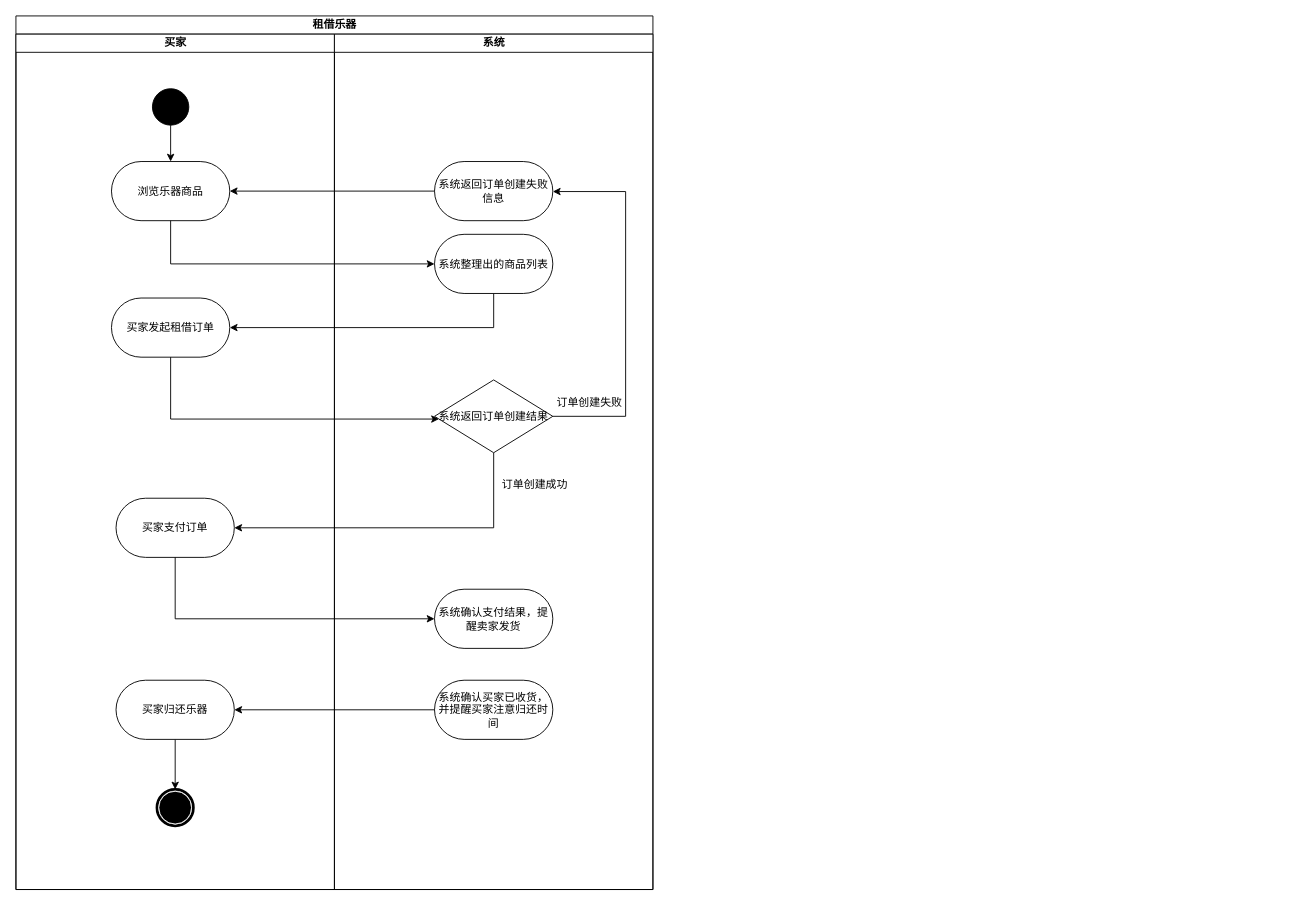
Before: page "功能建模" (1 of 2) of 文档/需求分析规约文档/三种建模/13租借乐器用例建模.drawio in w1ntercube/TJ-SE-Design, a draw.io diagram. Source tidied: cells renumbered, new cells numbered last; positions are measured from the earlier drawing's top-left corner, leaving out a move shared by most shapes. Both pictures are drawn from the tidied source at 91%, with x=0, y=0 at pixel (15, 15).
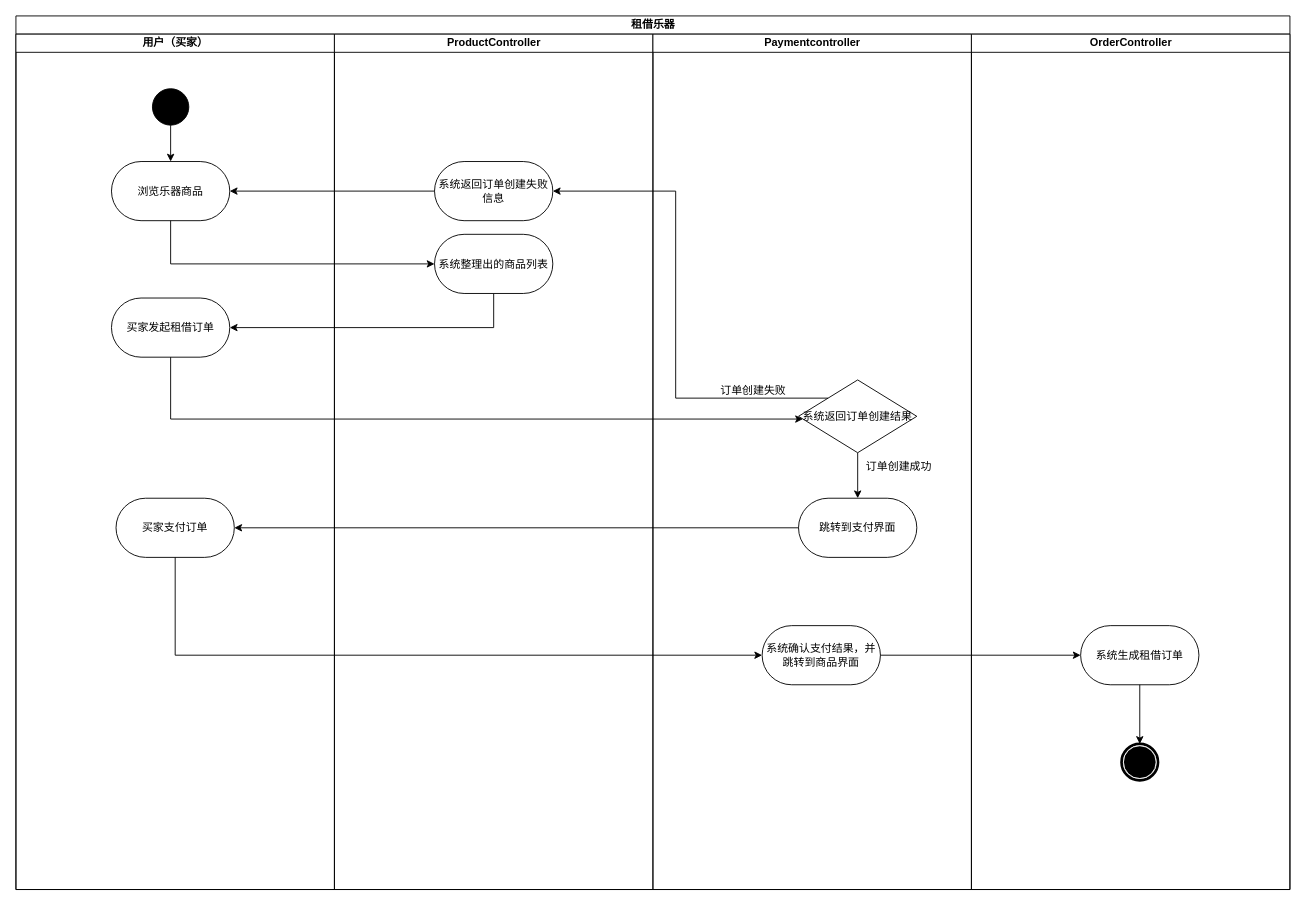
After the change.

Unchanged cells that the change refers to:
```xml
<mxCell id="8" value="买家支付订单" style="whiteSpace=wrap;html=1;fontFamily=Verdana;rounded=1;shadow=0;comic=0;labelBackgroundColor=none;strokeWidth=1;arcSize=50;" parent="3" vertex="1">
  <mxGeometry x="110" y="510" width="130" height="65" as="geometry" />
</mxCell>
```

The edit, as a diff of the source:
```diff
@@
     <mxCell id="2" value="租借乐器&lt;br&gt;" style="swimlane;html=1;startSize=20;rounded=0;shadow=0;comic=0;labelBackgroundColor=none;strokeWidth=1;fontFamily=Verdana;fontSize=12;align=center;" parent="1" vertex="1">
-      <mxGeometry width="700" height="960" as="geometry" />
+      <mxGeometry width="1400" height="960" as="geometry" />
     </mxCell>
-    <mxCell id="3" value="买家" style="swimlane;html=1;startSize=20;" parent="2" vertex="1">
+    <mxCell id="3" value="用户（买家）" style="swimlane;html=1;startSize=20;" parent="2" vertex="1">
       <mxGeometry y="20" width="350" height="940" as="geometry" />
     </mxCell>
@@
-    <mxCell id="9" style="edgeStyle=orthogonalEdgeStyle;rounded=0;jettySize=auto;html=1;entryX=0.5;entryY=0;entryDx=0;entryDy=0;" parent="3" edge="1" source="10" target="11">
-      <mxGeometry relative="1" as="geometry" />
-    </mxCell>
-    <mxCell id="10" value="买家归还乐器" style="whiteSpace=wrap;html=1;fontFamily=Verdana;rounded=1;shadow=0;comic=0;labelBackgroundColor=none;strokeWidth=1;arcSize=50;" parent="3" vertex="1">
-      <mxGeometry x="110" y="710" width="130" height="65" as="geometry" />
-    </mxCell>
-    <mxCell id="11" style="shape=mxgraph.bpmn.shape;html=1;verticalLabelPosition=bottom;labelBackgroundColor=#ffffff;verticalAlign=top;perimeter=ellipsePerimeter;outline=end;symbol=terminate;rounded=0;shadow=0;comic=0;strokeWidth=1;fontFamily=Verdana;fontSize=12;align=center;" parent="3" vertex="1">
-      <mxGeometry x="155" y="830" width="40" height="40" as="geometry" />
-    </mxCell>
@@
-    <mxCell id="16" style="edgeStyle=orthogonalEdgeStyle;rounded=0;jettySize=auto;html=1;entryX=1;entryY=0.5;entryDx=0;entryDy=0;exitX=0.5;exitY=1;exitDx=0;exitDy=0;" parent="2" edge="1" source="20" target="8">
-      <mxGeometry relative="1" as="geometry" />
-    </mxCell>
-    <mxCell id="17" style="edgeStyle=orthogonalEdgeStyle;rounded=0;jettySize=auto;html=1;entryX=0;entryY=0.5;entryDx=0;entryDy=0;exitX=0.5;exitY=1;exitDx=0;exitDy=0;" parent="2" edge="1" source="8" target="25">
+    <mxCell id="17" style="edgeStyle=orthogonalEdgeStyle;rounded=0;jettySize=auto;html=1;entryX=0;entryY=0.5;entryDx=0;entryDy=0;exitX=0.5;exitY=1;exitDx=0;exitDy=0;" parent="2" edge="1" source="8" target="31">
       <mxGeometry relative="1" as="geometry" />
     </mxCell>
-    <mxCell id="18" value="系统" style="swimlane;html=1;startSize=20;" parent="2" vertex="1">
+    <mxCell id="18" value="ProductController" style="swimlane;html=1;startSize=20;" parent="2" vertex="1">
       <mxGeometry x="350" y="20" width="350" height="940" as="geometry" />
     </mxCell>
@@
+    <mxCell id="22" value="系统返回订单创建失败信息" style="whiteSpace=wrap;html=1;fontFamily=Verdana;rounded=1;shadow=0;comic=0;labelBackgroundColor=none;strokeWidth=1;arcSize=50;" parent="18" vertex="1">
+      <mxGeometry x="110" y="140" width="130" height="65" as="geometry" />
+    </mxCell>
+    <mxCell id="28" value="Paymentcontroller" style="swimlane;html=1;startSize=20;" parent="2" vertex="1">
+      <mxGeometry x="700" y="20" width="350" height="940" as="geometry" />
+    </mxCell>
+    <mxCell id="29" style="edgeStyle=orthogonalEdgeStyle;rounded=0;jettySize=auto;html=1;exitX=0.5;exitY=1;exitDx=0;exitDy=0;" parent="28" edge="1" source="20" target="30">
+      <mxGeometry relative="1" as="geometry" />
+    </mxCell>
-    <mxCell id="20" value="系统返回订单创建结果" style="rhombus;whiteSpace=wrap;html=1;" parent="18" vertex="1">
-      <mxGeometry x="110" y="380" width="130" height="80" as="geometry" />
+    <mxCell id="20" value="系统返回订单创建结果" style="rhombus;whiteSpace=wrap;html=1;" parent="28" vertex="1">
+      <mxGeometry x="160" y="380" width="130" height="80" as="geometry" />
     </mxCell>
-    <mxCell id="21" value="订单创建失败" style="text;html=1;align=center;verticalAlign=middle;strokeColor=none;fillColor=none;" parent="18" vertex="1">
-      <mxGeometry x="230" y="390" width="100" height="30" as="geometry" />
+    <mxCell id="21" value="订单创建失败" style="text;html=1;align=center;verticalAlign=middle;strokeColor=none;fillColor=none;" parent="28" vertex="1">
+      <mxGeometry x="60" y="377" width="100" height="30" as="geometry" />
     </mxCell>
-    <mxCell id="22" value="系统返回订单创建失败信息" style="whiteSpace=wrap;html=1;fontFamily=Verdana;rounded=1;shadow=0;comic=0;labelBackgroundColor=none;strokeWidth=1;arcSize=50;" parent="18" vertex="1">
-      <mxGeometry x="110" y="140" width="130" height="65" as="geometry" />
-    </mxCell>
+    <mxCell id="24" value="订单创建成功" style="text;html=1;align=center;verticalAlign=middle;strokeColor=none;fillColor=none;" parent="28" vertex="1">
+      <mxGeometry x="220" y="460" width="100" height="30" as="geometry" />
+    </mxCell>
+    <mxCell id="30" value="跳转到支付界面" style="whiteSpace=wrap;html=1;fontFamily=Verdana;rounded=1;shadow=0;comic=0;labelBackgroundColor=none;strokeWidth=1;arcSize=50;" parent="28" vertex="1">
+      <mxGeometry x="160" y="510" width="130" height="65" as="geometry" />
+    </mxCell>
+    <mxCell id="31" value="系统确认支付结果，并跳转到商品界面" style="whiteSpace=wrap;html=1;fontFamily=Verdana;rounded=1;shadow=0;comic=0;labelBackgroundColor=none;strokeWidth=1;arcSize=50;" parent="28" vertex="1">
+      <mxGeometry x="120" y="650" width="130" height="65" as="geometry" />
+    </mxCell>
-    <mxCell id="23" style="edgeStyle=orthogonalEdgeStyle;rounded=0;jettySize=auto;html=1;" parent="18" edge="1" source="20" target="22">
-      <mxGeometry relative="1" as="geometry">
-        <Array as="points">
-          <mxPoint x="320" y="420" />
-          <mxPoint x="320" y="173" />
-        </Array>
-      </mxGeometry>
+    <mxCell id="23" style="edgeStyle=orthogonalEdgeStyle;rounded=0;jettySize=auto;html=1;exitX=0;exitY=0;exitDx=0;exitDy=0;entryX=1;entryY=0.5;entryDx=0;entryDy=0;" parent="2" edge="1" source="20" target="22">
+      <mxGeometry relative="1" as="geometry" />
     </mxCell>
-    <mxCell id="24" value="订单创建成功" style="text;html=1;align=center;verticalAlign=middle;strokeColor=none;fillColor=none;" parent="18" vertex="1">
-      <mxGeometry x="170" y="480" width="100" height="30" as="geometry" />
-    </mxCell>
-    <mxCell id="25" value="系统确认支付结果，提醒卖家发货" style="whiteSpace=wrap;html=1;fontFamily=Verdana;rounded=1;shadow=0;comic=0;labelBackgroundColor=none;strokeWidth=1;arcSize=50;" parent="18" vertex="1">
-      <mxGeometry x="110" y="610" width="130" height="65" as="geometry" />
-    </mxCell>
-    <mxCell id="26" value="系统确认买家已收货，并提醒买家注意归还时间" style="whiteSpace=wrap;html=1;fontFamily=Verdana;rounded=1;shadow=0;comic=0;labelBackgroundColor=none;strokeWidth=1;arcSize=50;" parent="18" vertex="1">
-      <mxGeometry x="110" y="710" width="130" height="65" as="geometry" />
-    </mxCell>
-    <mxCell id="27" style="edgeStyle=orthogonalEdgeStyle;rounded=0;jettySize=auto;html=1;" parent="2" edge="1" source="26" target="10">
-      <mxGeometry relative="1" as="geometry" />
-    </mxCell>
+    <mxCell id="32" style="edgeStyle=orthogonalEdgeStyle;rounded=0;jettySize=auto;html=1;exitX=0;exitY=0.5;exitDx=0;exitDy=0;" parent="2" edge="1" source="30" target="8">
+      <mxGeometry relative="1" as="geometry" />
+    </mxCell>
+    <mxCell id="33" value="OrderController" style="swimlane;html=1;startSize=20;" parent="2" vertex="1">
+      <mxGeometry x="1050" y="20" width="350" height="940" as="geometry" />
+    </mxCell>
+    <mxCell id="34" value="系统生成租借订单" style="whiteSpace=wrap;html=1;fontFamily=Verdana;rounded=1;shadow=0;comic=0;labelBackgroundColor=none;strokeWidth=1;arcSize=50;" parent="33" vertex="1">
+      <mxGeometry x="120" y="650" width="130" height="65" as="geometry" />
+    </mxCell>
+    <mxCell id="9" style="edgeStyle=orthogonalEdgeStyle;rounded=0;jettySize=auto;html=1;entryX=0.5;entryY=0;entryDx=0;entryDy=0;" parent="33" edge="1" source="34" target="11">
+      <mxGeometry relative="1" as="geometry" />
+    </mxCell>
+    <mxCell id="11" style="shape=mxgraph.bpmn.shape;html=1;verticalLabelPosition=bottom;labelBackgroundColor=#ffffff;verticalAlign=top;perimeter=ellipsePerimeter;outline=end;symbol=terminate;rounded=0;shadow=0;comic=0;strokeWidth=1;fontFamily=Verdana;fontSize=12;align=center;" parent="33" vertex="1">
+      <mxGeometry x="165" y="780" width="40" height="40" as="geometry" />
+    </mxCell>
+    <mxCell id="35" style="edgeStyle=orthogonalEdgeStyle;rounded=0;jettySize=auto;html=1;exitX=1;exitY=0.5;exitDx=0;exitDy=0;" parent="2" edge="1" source="31" target="34">
+      <mxGeometry relative="1" as="geometry" />
+    </mxCell>
```
